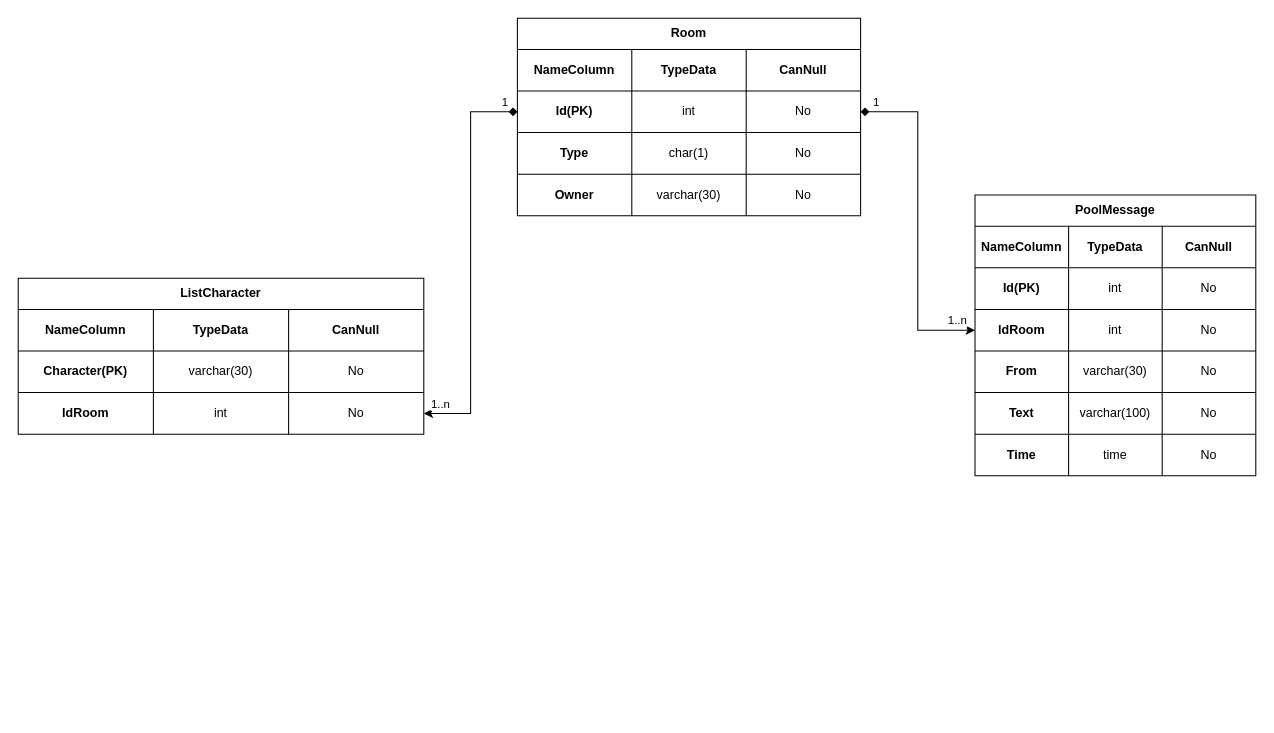
Earlier version of the draw.io diagram HelpData/DBChat.drawio (Falet/ChatApplication). Source tidied: cells renumbered, new cells numbered last; positions are measured from the earlier drawing's top-left corner, leaving out a move shared by most shapes. Both pictures are drawn from the tidied source at 104%, with x=0, y=0 at pixel (18, 18).
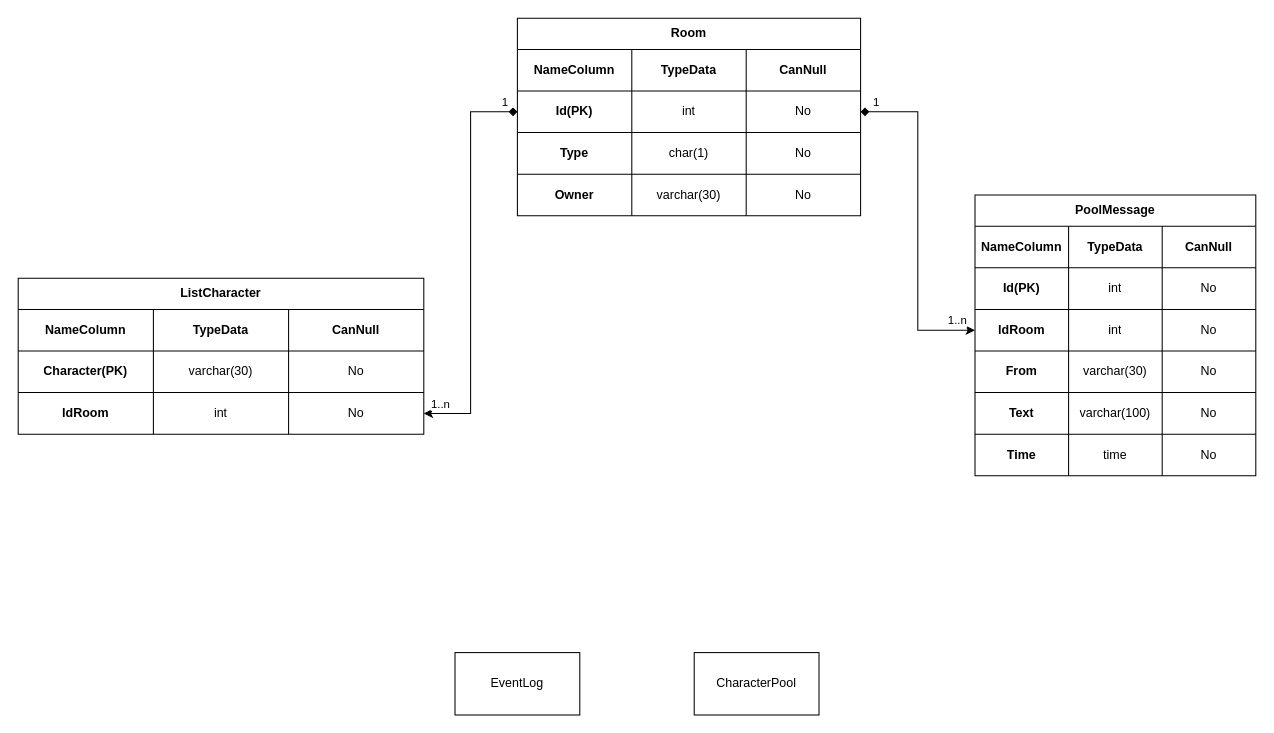
Above is the later version.

The edit, as a diff of the source:
```diff
@@
+    <mxCell id="63" value="EventLog" style="rounded=0;whiteSpace=wrap;html=1;" parent="1" vertex="1">
+      <mxGeometry x="420" y="610" width="120" height="60" as="geometry" />
+    </mxCell>
+    <mxCell id="64" value="CharacterPool" style="rounded=0;whiteSpace=wrap;html=1;" parent="1" vertex="1">
+      <mxGeometry x="650" y="610" width="120" height="60" as="geometry" />
+    </mxCell>
```
